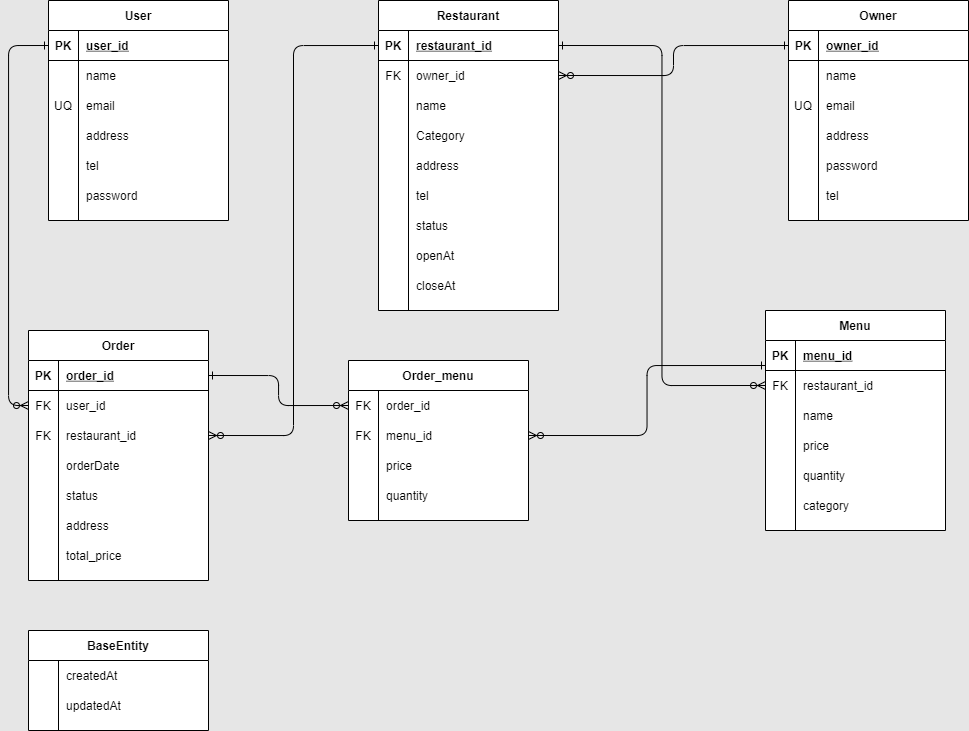
The draw.io diagram delivery.drawio.png in setung/delivery, before a commit. Source tidied: cells renumbered, new cells last; positions are measured from the earlier drawing's top-left corner, leaving out a move shared by most shapes.
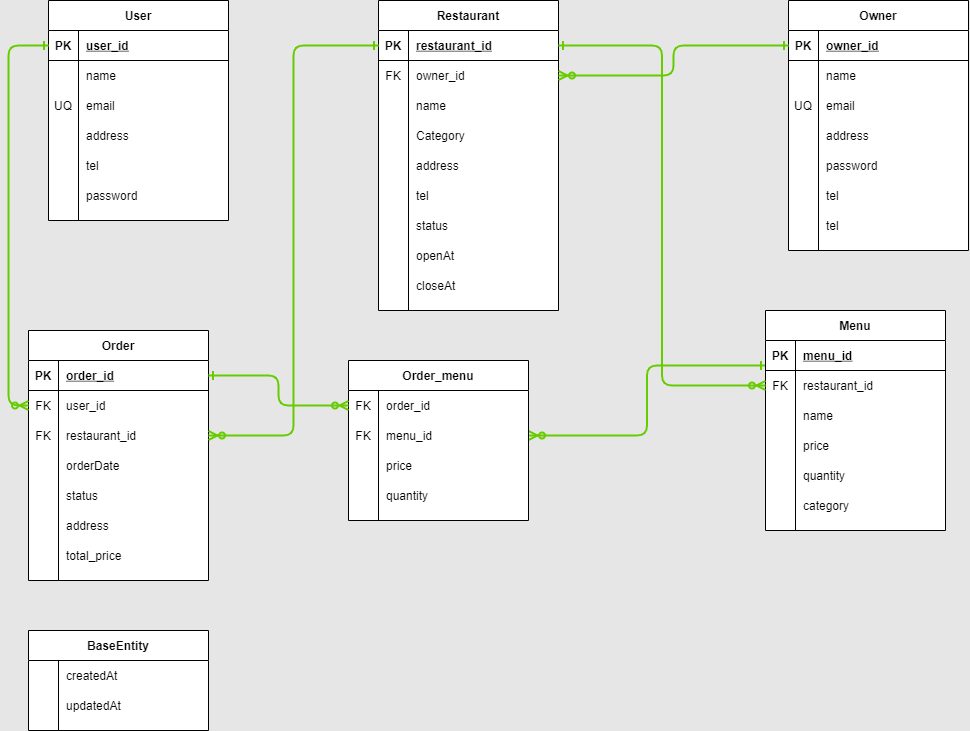
The same diagram one commit later.

Diff of the diagram source:
```diff
@@ -60,7 +60,7 @@
       <mxGeometry x="30" width="150" height="30" as="geometry" />
     </mxCell>
     <mxCell id="21" value="Owner" style="shape=table;startSize=30;rowLines=0;fontStyle=1;align=center;swimlaneFillColor=default;" parent="1" vertex="1">
-      <mxGeometry x="760" width="180" height="220" as="geometry" />
+      <mxGeometry x="760" width="180" height="250" as="geometry" />
     </mxCell>
     <mxCell id="22" style="shape=partialRectangle;fillColor=none;top=0;left=0;bottom=1;right=0;points=[[0,0.5],[1,0.5]];portConstraint=eastwest;" parent="21" vertex="1">
       <mxGeometry y="30" width="180" height="30" as="geometry" />
@@ -107,8 +107,17 @@
     <mxCell id="36" value="password" style="shape=partialRectangle;fillColor=none;top=0;left=0;bottom=0;right=0;align=left;spacingLeft=6;overflow=hidden;" parent="34" vertex="1">
       <mxGeometry x="30" width="150" height="30" as="geometry" />
     </mxCell>
+    <mxCell id="135" style="shape=partialRectangle;fillColor=none;top=0;left=0;bottom=0;right=0;" parent="21" vertex="1">
+      <mxGeometry y="180" width="180" height="30" as="geometry" />
+    </mxCell>
+    <mxCell id="136" style="shape=partialRectangle;fillColor=none;top=0;left=0;bottom=0;right=0;overflow=hidden;" parent="135" vertex="1">
+      <mxGeometry width="30" height="30" as="geometry" />
+    </mxCell>
+    <mxCell id="137" value="tel" style="shape=partialRectangle;fillColor=none;top=0;left=0;bottom=0;right=0;align=left;spacingLeft=6;overflow=hidden;" parent="135" vertex="1">
+      <mxGeometry x="30" width="150" height="30" as="geometry" />
+    </mxCell>
     <mxCell id="37" style="shape=partialRectangle;fillColor=none;top=0;left=0;bottom=0;right=0;" parent="21" vertex="1">
-      <mxGeometry y="180" width="180" height="30" as="geometry" />
+      <mxGeometry y="210" width="180" height="30" as="geometry" />
     </mxCell>
     <mxCell id="38" style="shape=partialRectangle;fillColor=none;top=0;left=0;bottom=0;right=0;overflow=hidden;" parent="37" vertex="1">
       <mxGeometry width="30" height="30" as="geometry" />
@@ -221,7 +230,7 @@
     <mxCell id="74" value="closeAt" style="shape=partialRectangle;fillColor=none;top=0;left=0;bottom=0;right=0;align=left;spacingLeft=6;overflow=hidden;" parent="72" vertex="1">
       <mxGeometry x="30" width="150" height="30" as="geometry" />
     </mxCell>
-    <mxCell id="75" style="edgeStyle=orthogonalEdgeStyle;jettySize=auto;html=1;exitX=0;exitY=0.25;exitDx=0;exitDy=0;entryX=1;entryY=0.5;entryDx=0;entryDy=0;startArrow=ERone;startFill=0;endArrow=ERzeroToMany;endFill=0;" parent="1" edge="1" source="76" target="121">
+    <mxCell id="75" style="edgeStyle=orthogonalEdgeStyle;jettySize=auto;html=1;exitX=0;exitY=0.25;exitDx=0;exitDy=0;entryX=1;entryY=0.5;entryDx=0;entryDy=0;startArrow=ERone;startFill=0;endArrow=ERzeroToMany;endFill=0;strokeWidth=2;strokeColor=#66CC00;" parent="1" edge="1" source="76" target="121">
       <mxGeometry relative="1" as="geometry" />
     </mxCell>
     <mxCell id="76" value="Menu" style="shape=table;startSize=30;rowLines=0;fontStyle=1;align=center;swimlaneFillColor=default;" parent="1" vertex="1">
@@ -386,19 +395,19 @@
     <mxCell id="129" value="quantity" style="shape=partialRectangle;fillColor=none;top=0;left=0;bottom=0;right=0;align=left;spacingLeft=6;overflow=hidden;" parent="127" vertex="1">
       <mxGeometry x="30" width="150" height="30" as="geometry" />
     </mxCell>
-    <mxCell id="130" style="edgeStyle=orthogonalEdgeStyle;jettySize=auto;html=1;exitX=0;exitY=0.5;exitDx=0;exitDy=0;entryX=1;entryY=0.5;entryDx=0;entryDy=0;endArrow=ERzeroToMany;endFill=0;startArrow=ERone;startFill=0;" parent="1" edge="1" source="22" target="51">
+    <mxCell id="130" style="edgeStyle=orthogonalEdgeStyle;jettySize=auto;html=1;exitX=0;exitY=0.5;exitDx=0;exitDy=0;entryX=1;entryY=0.5;entryDx=0;entryDy=0;endArrow=ERzeroToMany;endFill=0;startArrow=ERone;startFill=0;strokeColor=#66CC00;strokeWidth=2;" parent="1" edge="1" source="22" target="51">
       <mxGeometry relative="1" as="geometry" />
     </mxCell>
-    <mxCell id="131" style="edgeStyle=orthogonalEdgeStyle;jettySize=auto;html=1;exitX=1;exitY=0.5;exitDx=0;exitDy=0;entryX=0;entryY=0.5;entryDx=0;entryDy=0;startArrow=ERone;startFill=0;endArrow=ERzeroToMany;endFill=0;" parent="1" edge="1" source="48" target="80">
+    <mxCell id="131" style="edgeStyle=orthogonalEdgeStyle;jettySize=auto;html=1;exitX=1;exitY=0.5;exitDx=0;exitDy=0;entryX=0;entryY=0.5;entryDx=0;entryDy=0;startArrow=ERone;startFill=0;endArrow=ERzeroToMany;endFill=0;strokeColor=#66CC00;strokeWidth=2;" parent="1" edge="1" source="48" target="80">
       <mxGeometry relative="1" as="geometry" />
     </mxCell>
-    <mxCell id="132" style="edgeStyle=orthogonalEdgeStyle;jettySize=auto;html=1;exitX=1;exitY=0.5;exitDx=0;exitDy=0;entryX=0;entryY=0.5;entryDx=0;entryDy=0;startArrow=ERone;startFill=0;endArrow=ERzeroToMany;endFill=0;" parent="1" edge="1" source="96" target="118">
+    <mxCell id="132" style="edgeStyle=orthogonalEdgeStyle;jettySize=auto;html=1;exitX=1;exitY=0.5;exitDx=0;exitDy=0;entryX=0;entryY=0.5;entryDx=0;entryDy=0;startArrow=ERone;startFill=0;endArrow=ERzeroToMany;endFill=0;strokeWidth=2;strokeColor=#66CC00;" parent="1" edge="1" source="96" target="118">
       <mxGeometry relative="1" as="geometry" />
     </mxCell>
-    <mxCell id="133" style="edgeStyle=orthogonalEdgeStyle;jettySize=auto;html=1;exitX=0;exitY=0.5;exitDx=0;exitDy=0;entryX=0;entryY=0.5;entryDx=0;entryDy=0;startArrow=ERone;startFill=0;endArrow=ERzeroToMany;endFill=0;" parent="1" edge="1" source="3" target="99">
+    <mxCell id="133" style="edgeStyle=orthogonalEdgeStyle;jettySize=auto;html=1;exitX=0;exitY=0.5;exitDx=0;exitDy=0;entryX=0;entryY=0.5;entryDx=0;entryDy=0;startArrow=ERone;startFill=0;endArrow=ERzeroToMany;endFill=0;strokeWidth=2;strokeColor=#66CC00;" parent="1" edge="1" source="3" target="99">
       <mxGeometry relative="1" as="geometry" />
     </mxCell>
-    <mxCell id="134" style="edgeStyle=orthogonalEdgeStyle;jettySize=auto;html=1;exitX=0;exitY=0.5;exitDx=0;exitDy=0;entryX=1;entryY=0.5;entryDx=0;entryDy=0;startArrow=ERone;startFill=0;endArrow=ERzeroToMany;endFill=0;" parent="1" edge="1" source="48" target="102">
+    <mxCell id="134" style="edgeStyle=orthogonalEdgeStyle;jettySize=auto;html=1;exitX=0;exitY=0.5;exitDx=0;exitDy=0;entryX=1;entryY=0.5;entryDx=0;entryDy=0;startArrow=ERone;startFill=0;endArrow=ERzeroToMany;endFill=0;strokeColor=#66CC00;strokeWidth=2;" parent="1" edge="1" source="48" target="102">
       <mxGeometry relative="1" as="geometry" />
     </mxCell>
   </root>
```
